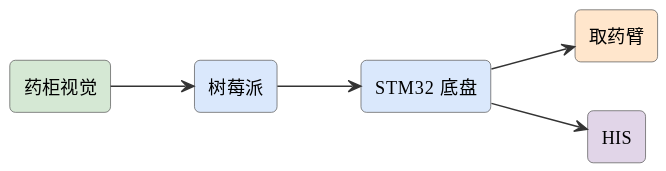
The PlantUML diagram assets/diagrams/ideas-fig56.svg in mingyi0818/IntelligentMcuCourse, before a commit.
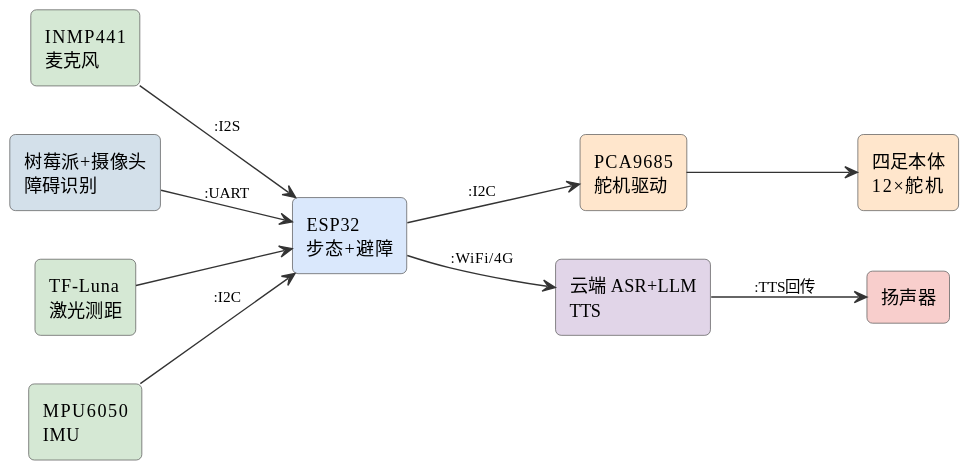
Above is the later version.

Diff of the diagram source:
```diff
@@ -6,13 +6,21 @@
 skinparam arrowFontSize 11
 skinparam arrowColor #333
 left to right direction
-rectangle "药柜视觉" as cam #d5e8d4
-rectangle "树莓派" as pi #dae8fc
-rectangle "STM32 底盘" as stm #dae8fc
-rectangle "取药臂" as arm #ffe6cc
-rectangle "HIS" as his #e1d5e8
-cam --> pi
-pi --> stm
-stm --> arm
-stm --> his
+rectangle "INMP441\n麦克风" as mic #d5e8d4
+rectangle "树莓派+摄像头\n障碍识别" as cam #d3e0ea
+rectangle "TF-Luna\n激光测距" as tls #d5e8d4
+rectangle "MPU6050\nIMU" as imu #d5e8d4
+rectangle "ESP32\n步态+避障" as esp #dae8fc
+rectangle "PCA9685\n舵机驱动" as pca #ffe6cc
+rectangle "四足本体\n12×舵机" as legs #ffe6cc
+rectangle "云端 ASR+LLM\nTTS" as llm #e1d5e8
+rectangle "扬声器" as spk #f8cecc
+imu --> esp : :I2C
+tls --> esp
+cam --> esp : :UART
+esp --> pca : :I2C
+pca --> legs
+mic --> esp : :I2S
+esp --> llm : :WiFi/4G
+llm --> spk : :TTS回传
 @enduml
```
